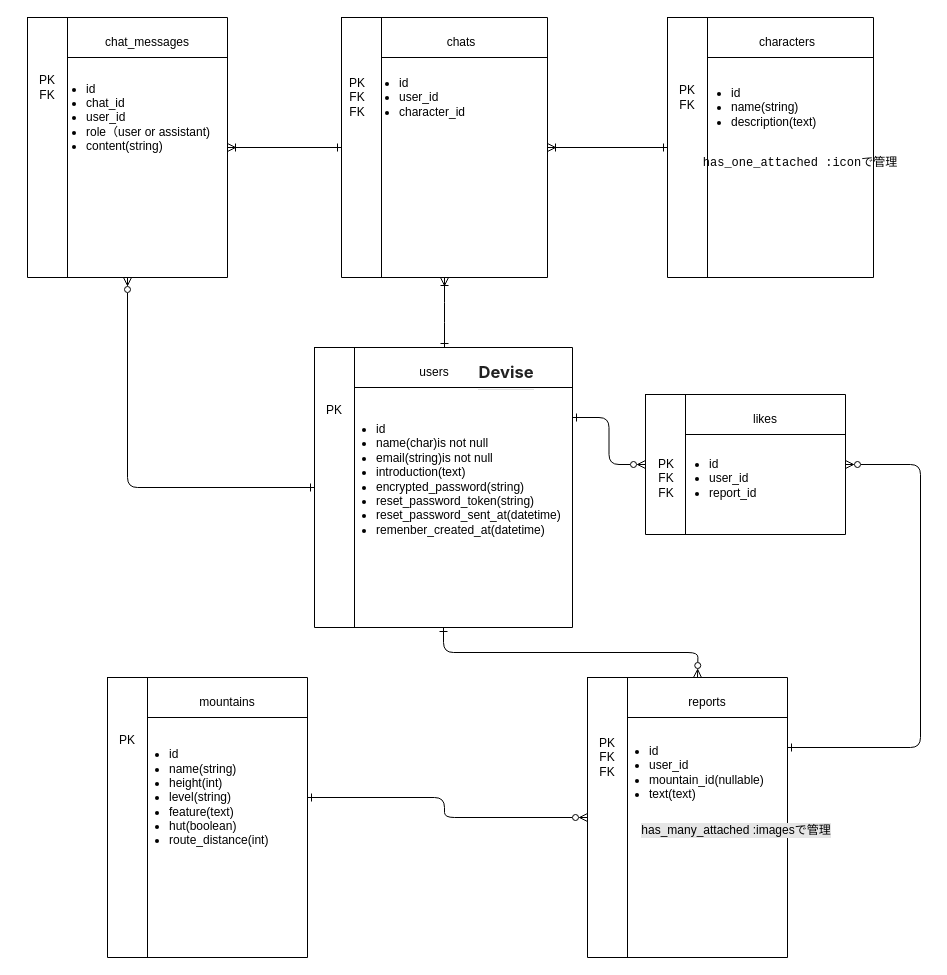
This is er-diagram.dio from Hiromii88/ALPI, a draw.io file, before an edit. Source tidied: cells renumbered, new cells numbered last; positions are measured from the earlier drawing's top-left corner, leaving out a move shared by most shapes. Both pictures are drawn from the tidied source at 100%, with x=0, y=0 at pixel (17, 17).
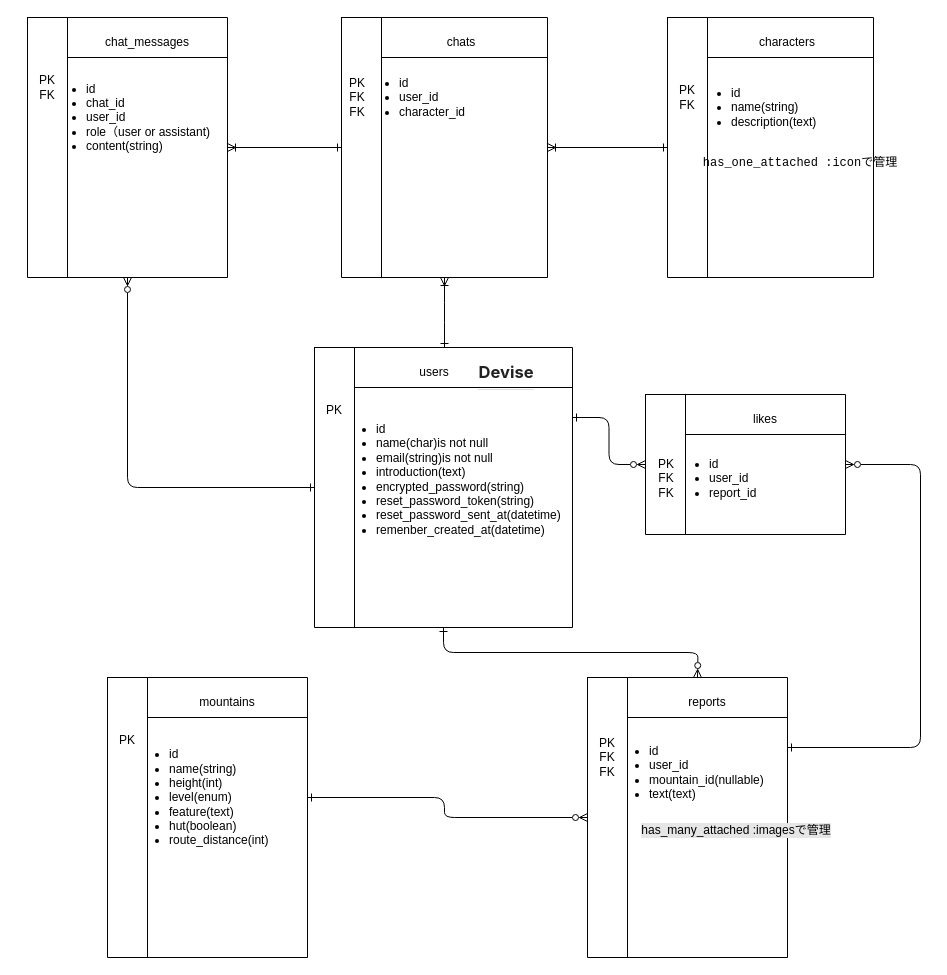
After the change.

Unchanged cells that the change refers to:
```xml
<mxCell id="11" style="swimlane;swimlaneHead=0;swimlaneBody=0;fontStyle=0;strokeColor=inherit;fillColor=none;startSize=40;" parent="10" vertex="1">
  <mxGeometry x="40" width="160" height="280" as="geometry" />
</mxCell>
```

Diff of the diagram source:
```diff
@@
-    <mxCell id="13" value="&lt;ul&gt;&lt;li&gt;id&lt;/li&gt;&lt;li&gt;name(string)&lt;/li&gt;&lt;li&gt;height(int)&lt;/li&gt;&lt;li&gt;level(string)&lt;/li&gt;&lt;li&gt;feature(text)&lt;/li&gt;&lt;li&gt;hut(boolean)&lt;/li&gt;&lt;li&gt;route_distance(int)&lt;/li&gt;&lt;/ul&gt;" style="text;strokeColor=none;align=left;fillColor=none;html=1;verticalAlign=middle;whiteSpace=wrap;rounded=0;" parent="11" vertex="1">
+    <mxCell id="13" value="&lt;ul&gt;&lt;li&gt;id&lt;/li&gt;&lt;li&gt;name(string)&lt;/li&gt;&lt;li&gt;height(int)&lt;/li&gt;&lt;li&gt;level(enum)&lt;/li&gt;&lt;li&gt;feature(text)&lt;/li&gt;&lt;li&gt;hut(boolean)&lt;/li&gt;&lt;li&gt;route_distance(int)&lt;/li&gt;&lt;/ul&gt;" style="text;strokeColor=none;align=left;fillColor=none;html=1;verticalAlign=middle;whiteSpace=wrap;rounded=0;" parent="11" vertex="1">
       <mxGeometry x="-20" y="30" width="180" height="180" as="geometry" />
     </mxCell>
```
